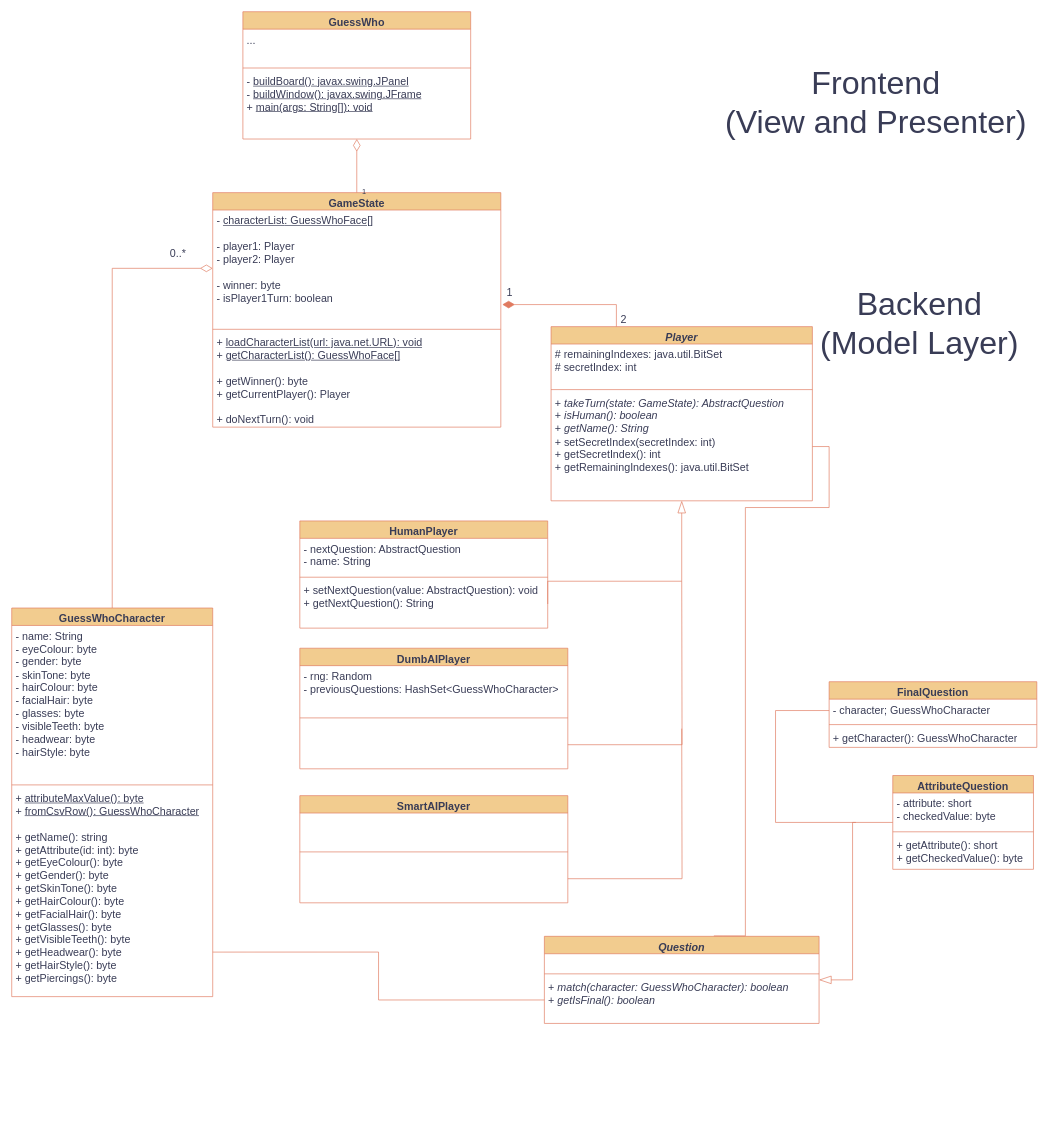
This is uml-diagram.drawio from jgcodes2020/GSEGuessWho, a draw.io file, before an edit. Source tidied: cells renumbered, new cells numbered last; positions are measured from the earlier drawing's top-left corner, leaving out a move shared by most shapes. Both pictures are drawn from the tidied source at 67%, with x=0, y=0 at pixel (11, 11).
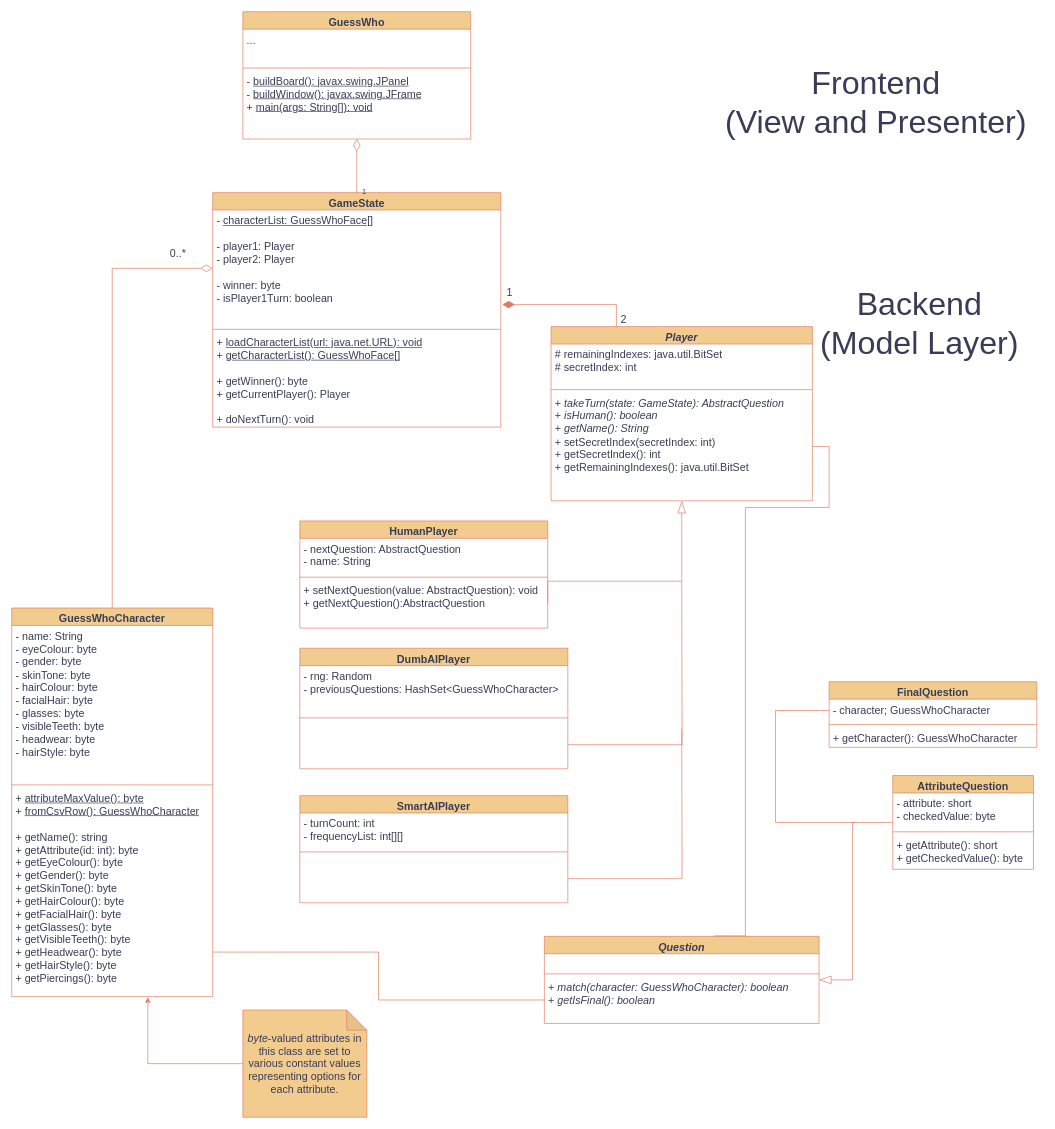
The same diagram, later.

Unchanged cells that the change refers to:
```xml
<mxCell id="7" value="+ &lt;u&gt;attributeMaxValue(): byte&lt;/u&gt;&lt;br&gt;+ &lt;u&gt;fromCsvRow(): GuessWhoCharacter&lt;/u&gt;&lt;br&gt;&lt;br&gt;+ getName(): string&lt;br&gt;+ getAttribute(id: int): byte&lt;br&gt;+ getEyeColour(): byte&lt;br style=&quot;font-size: 16px;&quot;&gt;+ getGender(): byte&lt;br style=&quot;font-size: 16px;&quot;&gt;&lt;div style=&quot;font-size: 16px;&quot;&gt;+ getSkinTone(): byte&lt;/div&gt;&lt;div style=&quot;font-size: 16px;&quot;&gt;+ getHairColour(): byte&lt;/div&gt;&lt;div style=&quot;font-size: 16px;&quot;&gt;+ getFacialHair(): byte&lt;/div&gt;&lt;div style=&quot;font-size: 16px;&quot;&gt;+ getGlasses(): byte&lt;/div&gt;&lt;div style=&quot;font-size: 16px;&quot;&gt;+ getVisibleTeeth(): byte&lt;/div&gt;&lt;div style=&quot;font-size: 16px;&quot;&gt;+ getHeadwear(): byte&lt;/div&gt;&lt;div style=&quot;font-size: 16px;&quot;&gt;+ getHairStyle(): byte&lt;/div&gt;&lt;div style=&quot;font-size: 16px;&quot;&gt;+ getPiercings(): byte&lt;/div&gt;" style="text;strokeColor=none;fillColor=none;align=left;verticalAlign=top;spacingLeft=4;spacingRight=4;overflow=hidden;points=[[0,0.5],[1,0.5]];portConstraint=eastwest;whiteSpace=wrap;html=1;fontSize=16;labelBackgroundColor=none;fontColor=#393C56;rounded=0;" parent="4" vertex="1">
  <mxGeometry y="268" width="300" height="312" as="geometry" />
</mxCell>
<mxCell id="32" value="+ &lt;i&gt;match(character: GuessWhoCharacter): boolean&lt;/i&gt;&lt;br&gt;+ &lt;i&gt;getIsFinal(): boolean&lt;/i&gt;" style="text;strokeColor=none;fillColor=none;align=left;verticalAlign=top;spacingLeft=4;spacingRight=4;overflow=hidden;points=[[0,0.5],[1,0.5]];portConstraint=eastwest;whiteSpace=wrap;html=1;fontSize=16;fontColor=#393C56;labelBackgroundColor=none;rounded=0;" parent="29" vertex="1">
  <mxGeometry y="60" width="410" height="70" as="geometry" />
</mxCell>
<mxCell id="37" value="HumanPlayer" style="swimlane;fontStyle=1;align=center;verticalAlign=top;horizontal=1;startSize=26;whiteSpace=wrap;html=1;fontSize=16;labelBackgroundColor=none;fillColor=#F2CC8F;strokeColor=#E07A5F;fontColor=#393C56;rounded=0;" parent="1" vertex="1">
  <mxGeometry x="430" y="760" width="370" height="160" as="geometry" />
</mxCell>
<mxCell id="52" value="SmartAIPlayer" style="swimlane;fontStyle=1;align=center;verticalAlign=top;horizontal=1;startSize=26;whiteSpace=wrap;html=1;fontSize=16;labelBackgroundColor=none;fillColor=#F2CC8F;strokeColor=#E07A5F;fontColor=#393C56;rounded=0;" parent="1" vertex="1">
  <mxGeometry x="430" y="1170" width="400" height="160" as="geometry" />
</mxCell>
```

The edit, as a diff of the source:
```diff
@@
-    <mxCell id="40" value="+ setNextQuestion(value: AbstractQuestion): void&lt;br&gt;+ getNextQuestion(): String" style="text;strokeColor=none;fillColor=none;align=left;verticalAlign=top;spacingLeft=4;spacingRight=4;overflow=hidden;points=[[0,0.5],[1,0.5]];portConstraint=eastwest;whiteSpace=wrap;html=1;fontSize=16;labelBackgroundColor=none;fontColor=#393C56;rounded=0;" parent="37" vertex="1">
+    <mxCell id="40" value="+ setNextQuestion(value: AbstractQuestion): void&lt;br&gt;+ getNextQuestion():AbstractQuestion" style="text;strokeColor=none;fillColor=none;align=left;verticalAlign=top;spacingLeft=4;spacingRight=4;overflow=hidden;points=[[0,0.5],[1,0.5]];portConstraint=eastwest;whiteSpace=wrap;html=1;fontSize=16;labelBackgroundColor=none;fontColor=#393C56;rounded=0;" parent="37" vertex="1">
       <mxGeometry y="88" width="370" height="72" as="geometry" />
     </mxCell>
@@
-    <mxCell id="53" value="&lt;br&gt;" style="text;strokeColor=none;fillColor=none;align=left;verticalAlign=top;spacingLeft=4;spacingRight=4;overflow=hidden;whiteSpace=wrap;html=1;fontSize=16;labelBackgroundColor=none;fontColor=#393C56;rounded=0;" parent="52" vertex="1">
+    <mxCell id="53" value="&lt;div&gt;- turnCount: int&lt;/div&gt;&lt;div&gt;- frequencyList: int[][]&lt;br&gt;&lt;/div&gt;" style="text;strokeColor=none;fillColor=none;align=left;verticalAlign=top;spacingLeft=4;spacingRight=4;overflow=hidden;whiteSpace=wrap;html=1;fontSize=16;labelBackgroundColor=none;fontColor=#393C56;rounded=0;" parent="52" vertex="1">
       <mxGeometry y="26" width="400" height="54" as="geometry" />
     </mxCell>
@@
-    <mxCell id="57" style="edgeStyle=orthogonalEdgeStyle;rounded=0;jettySize=auto;html=1;exitX=0;exitY=0.5;exitDx=0;exitDy=0;entryX=1;entryY=0.787;entryDx=0;entryDy=0;entryPerimeter=0;strokeColor=#E07A5F;fontColor=#393C56;fillColor=#F2CC8F;endArrow=none;endFill=0;" parent="1" edge="1" source="32" target="7">
+    <mxCell id="57" style="edgeStyle=orthogonalEdgeStyle;rounded=0;jettySize=auto;html=1;exitX=0;exitY=0.5;exitDx=0;exitDy=0;entryX=1;entryY=0.787;entryDx=0;entryDy=0;entryPerimeter=0;strokeColor=#E07A5F;fontColor=default;fillColor=#F2CC8F;endArrow=none;endFill=0;labelBackgroundColor=none;" parent="1" edge="1" source="32" target="7">
       <mxGeometry relative="1" as="geometry" />
     </mxCell>
+    <mxCell id="58" value="&lt;i style=&quot;font-size: 16px;&quot;&gt;byte&lt;/i&gt;-valued attributes in this class are set to various constant values representing options for each attribute." style="shape=note;whiteSpace=wrap;html=1;backgroundOutline=1;darkOpacity=0.05;labelBackgroundColor=none;fillColor=#F2CC8F;strokeColor=#E07A5F;fontColor=#393C56;fontSize=16;" parent="1" vertex="1">
+      <mxGeometry x="345" y="1490" width="185" height="160" as="geometry" />
+    </mxCell>
+    <mxCell id="59" style="edgeStyle=orthogonalEdgeStyle;rounded=0;jettySize=auto;html=1;exitX=0;exitY=0.5;exitDx=0;exitDy=0;exitPerimeter=0;entryX=0.677;entryY=1.003;entryDx=0;entryDy=0;entryPerimeter=0;strokeColor=#E07A5F;fontColor=#393C56;fillColor=#F2CC8F;" parent="1" edge="1" source="58" target="7">
+      <mxGeometry relative="1" as="geometry" />
+    </mxCell>
```
